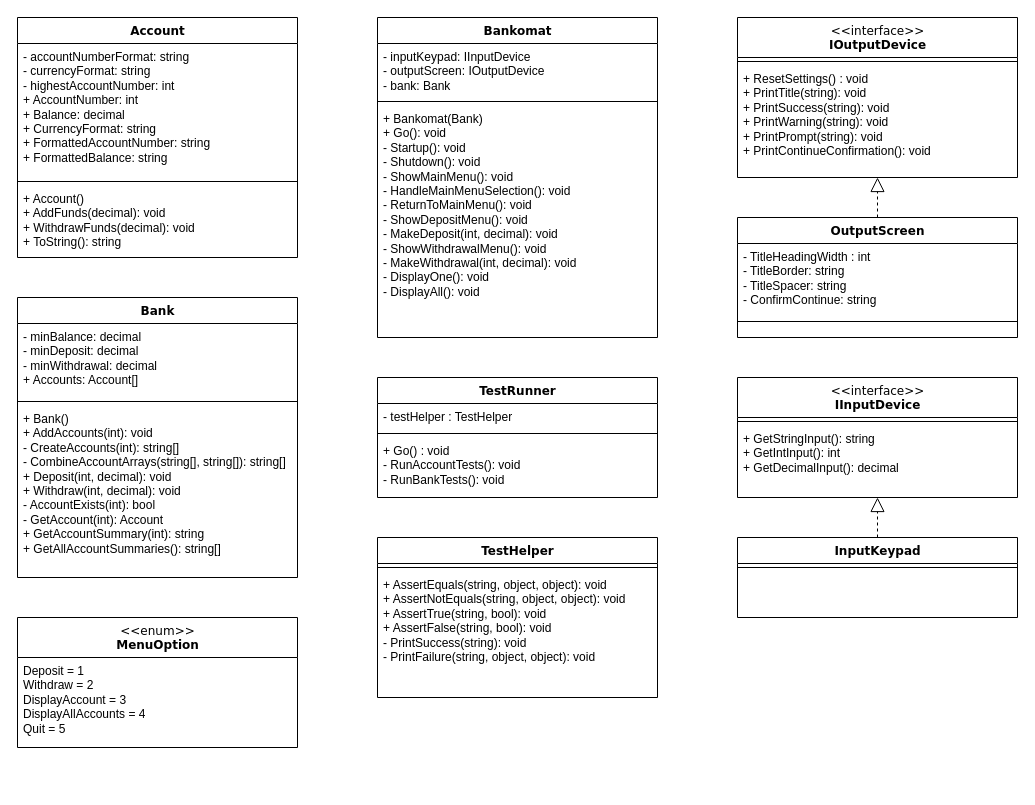
This is UppgiftBankomat/Bankomat Class Diagram.drawio from davidabrowning/sy25s-oop, a draw.io file, before an edit. Source tidied: cells renumbered, new cells numbered last; positions are measured from the earlier drawing's top-left corner, leaving out a move shared by most shapes. Both pictures are drawn from the tidied source at 100%, with x=0, y=0 at pixel (17, 17).
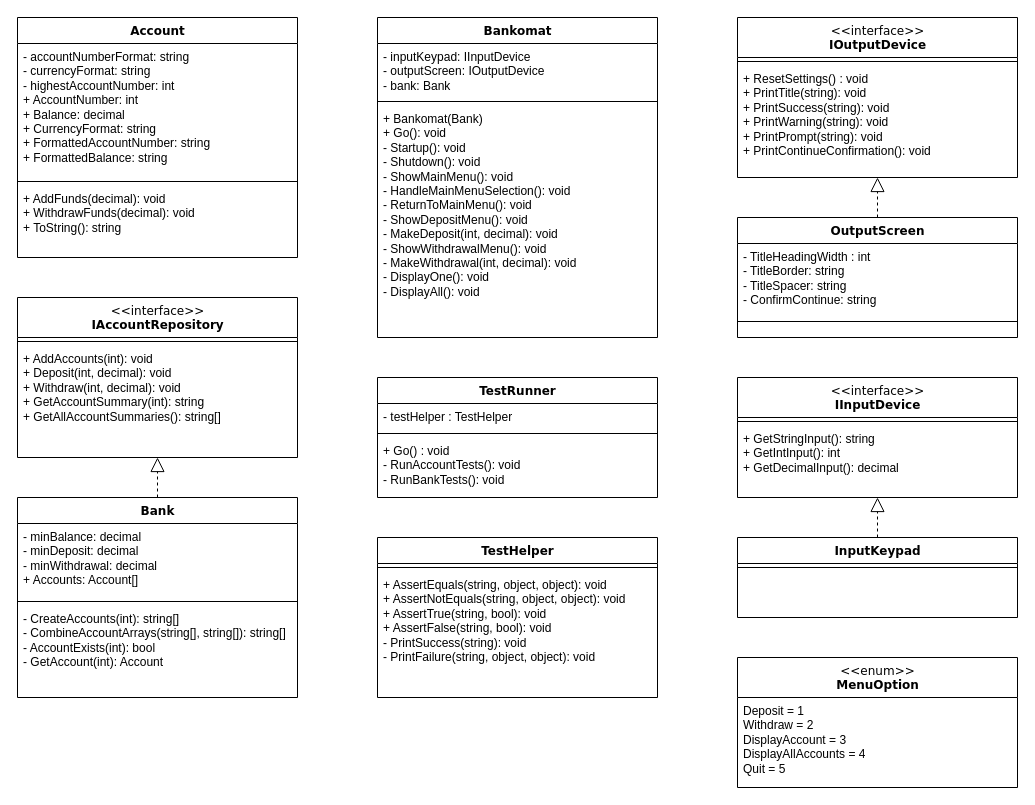
The same diagram, later.

Unchanged cells that the change refers to:
```xml
<mxCell id="32" value="Account" style="swimlane;html=1;fontStyle=1;align=center;verticalAlign=top;horizontal=1;startSize=26;swimlaneFillColor=#ffffff;rounded=0;shadow=0;comic=0;labelBackgroundColor=none;strokeWidth=1;fillColor=none;fontFamily=Verdana;fontSize=12;" parent="1" vertex="1">
  <mxGeometry width="280" height="240" as="geometry" />
</mxCell>
```

Diff of the diagram source:
```diff
@@
     <mxCell id="2" value="Bank" style="swimlane;html=1;fontStyle=1;align=center;verticalAlign=top;horizontal=1;startSize=26;swimlaneFillColor=#ffffff;rounded=0;shadow=0;comic=0;labelBackgroundColor=none;strokeWidth=1;fillColor=none;fontFamily=Verdana;fontSize=12;" parent="1" vertex="1">
-      <mxGeometry y="280" width="280" height="280" as="geometry" />
+      <mxGeometry y="480" width="280" height="200" as="geometry" />
     </mxCell>
@@
-    <mxCell id="5" value="+ Bank()&lt;div&gt;+ AddAccounts(int): void&lt;/div&gt;&lt;div&gt;- CreateAccounts(int): string[]&lt;/div&gt;&lt;div&gt;- CombineAccountArrays(string[], string[]): string[]&lt;/div&gt;&lt;div&gt;+ Deposit(int, decimal): void&lt;/div&gt;&lt;div&gt;+ Withdraw(int, decimal): void&lt;/div&gt;&lt;div&gt;- AccountExists(int): bool&lt;/div&gt;&lt;div&gt;- GetAccount(int): Account&lt;/div&gt;&lt;div&gt;+ GetAccountSummary(int): string&lt;/div&gt;&lt;div&gt;+ GetAllAccountSummaries(): string[]&lt;/div&gt;" style="text;html=1;strokeColor=none;fillColor=none;align=left;verticalAlign=top;spacingLeft=4;spacingRight=4;whiteSpace=wrap;overflow=hidden;" parent="2" vertex="1">
-      <mxGeometry y="108" width="280" height="172" as="geometry" />
+    <mxCell id="5" value="&lt;div&gt;- CreateAccounts(int): string[]&lt;/div&gt;&lt;div&gt;- CombineAccountArrays(string[], string[]): string[]&lt;/div&gt;&lt;div&gt;- AccountExists(int): bool&lt;/div&gt;&lt;div&gt;- GetAccount(int): Account&lt;/div&gt;" style="text;html=1;strokeColor=none;fillColor=none;align=left;verticalAlign=top;spacingLeft=4;spacingRight=4;whiteSpace=wrap;overflow=hidden;" parent="2" vertex="1">
+      <mxGeometry y="108" width="280" height="92" as="geometry" />
     </mxCell>
@@
     <mxCell id="23" value="&lt;div&gt;&lt;span style=&quot;font-weight: normal;&quot;&gt;&amp;lt;&amp;lt;enum&amp;gt;&amp;gt;&lt;/span&gt;&lt;/div&gt;MenuOption" style="swimlane;html=1;fontStyle=1;align=center;verticalAlign=top;horizontal=1;startSize=40;swimlaneFillColor=#ffffff;rounded=0;shadow=0;comic=0;labelBackgroundColor=none;strokeWidth=1;fillColor=none;fontFamily=Verdana;fontSize=12;" parent="1" vertex="1">
-      <mxGeometry y="600" width="280" height="130" as="geometry" />
+      <mxGeometry x="720" y="640" width="280" height="130" as="geometry" />
     </mxCell>
@@
-    <mxCell id="35" value="+ Account()&lt;div&gt;+ AddFunds(decimal): void&lt;/div&gt;&lt;div&gt;+ WithdrawFunds(decimal): void&lt;/div&gt;&lt;div&gt;+ ToString(): string&lt;/div&gt;" style="text;html=1;strokeColor=none;fillColor=none;align=left;verticalAlign=top;spacingLeft=4;spacingRight=4;whiteSpace=wrap;overflow=hidden;" parent="32" vertex="1">
+    <mxCell id="35" value="&lt;div&gt;+ AddFunds(decimal): void&lt;/div&gt;&lt;div&gt;+ WithdrawFunds(decimal): void&lt;/div&gt;&lt;div&gt;+ ToString(): string&lt;/div&gt;" style="text;html=1;strokeColor=none;fillColor=none;align=left;verticalAlign=top;spacingLeft=4;spacingRight=4;whiteSpace=wrap;overflow=hidden;" parent="32" vertex="1">
       <mxGeometry y="168" width="280" height="72" as="geometry" />
     </mxCell>
+    <mxCell id="36" value="&lt;div&gt;&lt;span style=&quot;font-weight: 400;&quot;&gt;&amp;lt;&amp;lt;interface&amp;gt;&amp;gt;&lt;/span&gt;&lt;/div&gt;IAccountRepository" style="swimlane;html=1;fontStyle=1;align=center;verticalAlign=top;horizontal=1;startSize=40;swimlaneFillColor=#ffffff;rounded=0;shadow=0;comic=0;labelBackgroundColor=none;strokeWidth=1;fillColor=none;fontFamily=Verdana;fontSize=12;" parent="1" vertex="1">
+      <mxGeometry y="280" width="280" height="160" as="geometry" />
+    </mxCell>
+    <mxCell id="37" style="line;html=1;strokeWidth=1;fillColor=none;align=left;verticalAlign=middle;spacingTop=-1;spacingLeft=3;spacingRight=3;labelPosition=right;" parent="36" vertex="1">
+      <mxGeometry y="40" width="280" height="8" as="geometry" />
+    </mxCell>
+    <mxCell id="38" value="+ AddAccounts(int): void&lt;div&gt;+ Deposit(int, decimal): void&lt;/div&gt;&lt;div&gt;+ Withdraw(int, decimal): void&lt;/div&gt;&lt;div&gt;+ GetAccountSummary(int): string&lt;/div&gt;&lt;div&gt;+ GetAllAccountSummaries(): string[]&lt;/div&gt;" style="text;html=1;strokeColor=none;fillColor=none;align=left;verticalAlign=top;spacingLeft=4;spacingRight=4;whiteSpace=wrap;overflow=hidden;" parent="36" vertex="1">
+      <mxGeometry y="48" width="280" height="112" as="geometry" />
+    </mxCell>
+    <mxCell id="39" style="endArrow=block;dashed=1;endFill=0;endSize=12;html=1;rounded=0;exitX=0.5;exitY=0;exitDx=0;exitDy=0;" parent="1" edge="1" source="2" target="36">
+      <mxGeometry relative="1" as="geometry" />
+    </mxCell>
```
